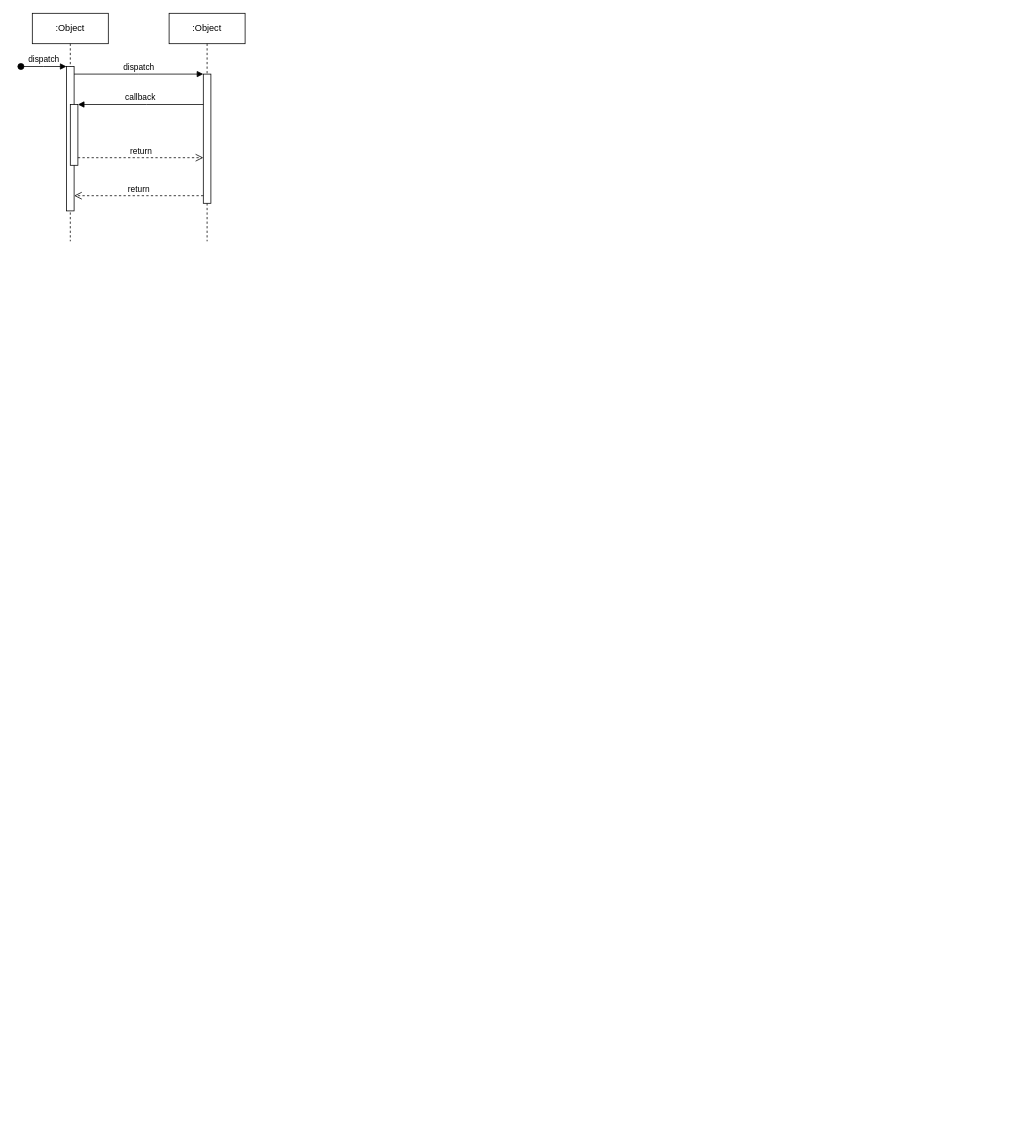
Before: Untitled Diagram.drawio in dp21g/diagrams, a draw.io diagram. Source tidied: cells renumbered, new cells numbered last; positions are measured from the earlier drawing's top-left corner, leaving out a move shared by most shapes. Both pictures are drawn from the tidied source at 76%, with x=0, y=0 at pixel (21, 13).
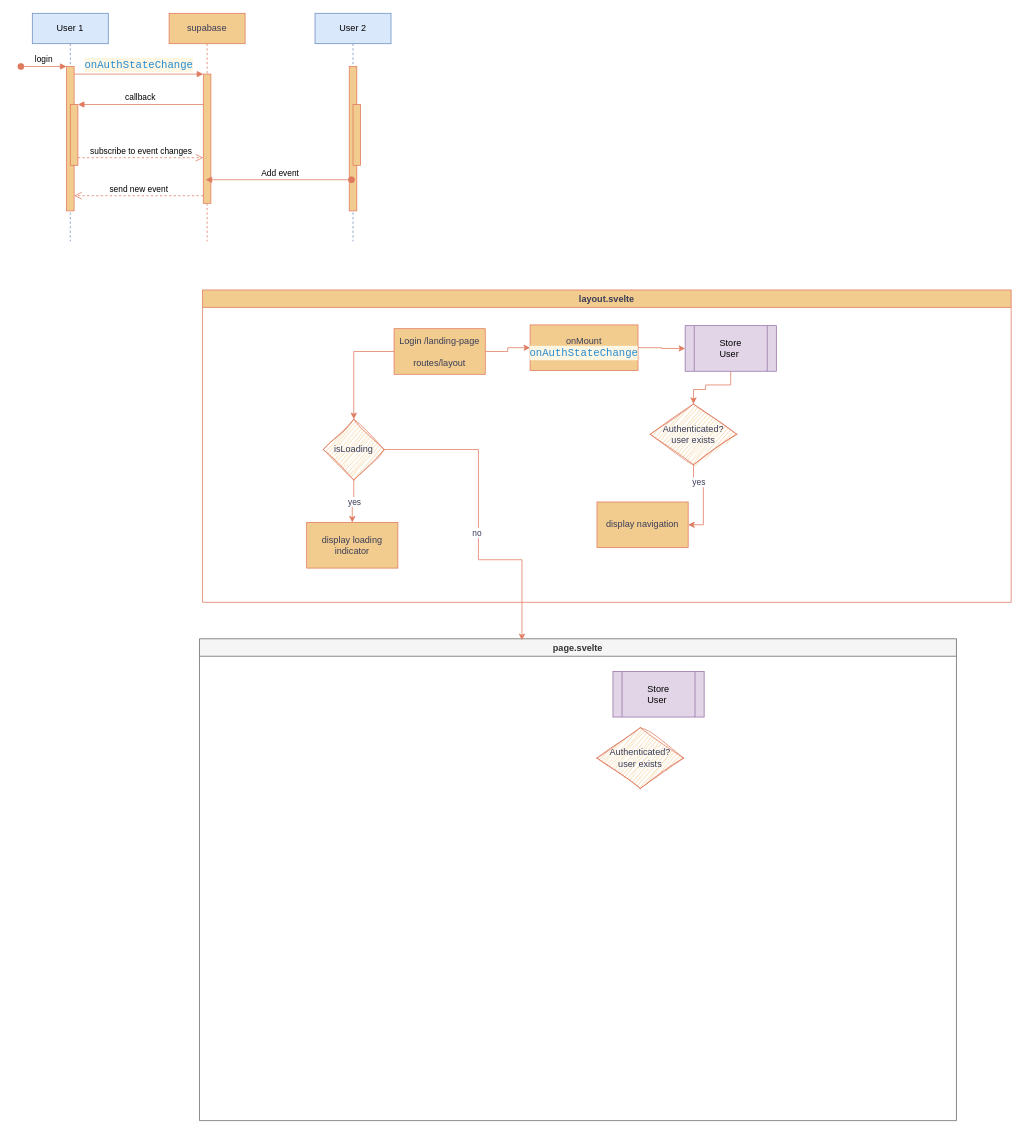
The same diagram, later.

Diff of the diagram source:
```diff
@@
-    <mxCell id="2" value=":Object" style="shape=umlLifeline;perimeter=lifelinePerimeter;whiteSpace=wrap;html=1;newEdgeStyle={&quot;edgeStyle&quot;:&quot;elbowEdgeStyle&quot;,&quot;elbow&quot;:&quot;vertical&quot;,&quot;curved&quot;:0,&quot;rounded&quot;:0};" parent="1" vertex="1">
+    <mxCell id="2" value="User 1" style="shape=umlLifeline;perimeter=lifelinePerimeter;whiteSpace=wrap;html=1;newEdgeStyle={&quot;edgeStyle&quot;:&quot;elbowEdgeStyle&quot;,&quot;elbow&quot;:&quot;vertical&quot;,&quot;curved&quot;:0,&quot;rounded&quot;:0};labelBackgroundColor=none;fillColor=#dae8fc;strokeColor=#6c8ebf;" parent="1" vertex="1">
       <mxGeometry x="15" width="100" height="300" as="geometry" />
     </mxCell>
-    <mxCell id="3" style="html=1;points=[];perimeter=orthogonalPerimeter;outlineConnect=0;targetShapes=umlLifeline;portConstraint=eastwest;newEdgeStyle={&quot;edgeStyle&quot;:&quot;elbowEdgeStyle&quot;,&quot;elbow&quot;:&quot;vertical&quot;,&quot;curved&quot;:0,&quot;rounded&quot;:0};" parent="2" vertex="1">
+    <mxCell id="3" style="html=1;points=[];perimeter=orthogonalPerimeter;outlineConnect=0;targetShapes=umlLifeline;portConstraint=eastwest;newEdgeStyle={&quot;edgeStyle&quot;:&quot;elbowEdgeStyle&quot;,&quot;elbow&quot;:&quot;vertical&quot;,&quot;curved&quot;:0,&quot;rounded&quot;:0};labelBackgroundColor=none;fillColor=#F2CC8F;strokeColor=#E07A5F;fontColor=#393C56;" parent="2" vertex="1">
       <mxGeometry x="45" y="70" width="10" height="190" as="geometry" />
     </mxCell>
-    <mxCell id="4" value="dispatch" style="html=1;verticalAlign=bottom;startArrow=oval;endArrow=block;startSize=8;edgeStyle=elbowEdgeStyle;elbow=vertical;curved=0;rounded=0;" parent="2" edge="1" target="3">
+    <mxCell id="4" value="login" style="html=1;verticalAlign=bottom;startArrow=oval;endArrow=block;startSize=8;edgeStyle=elbowEdgeStyle;elbow=vertical;curved=0;rounded=0;labelBackgroundColor=none;strokeColor=#E07A5F;fontColor=default;" parent="2" edge="1" target="3">
       <mxGeometry relative="1" as="geometry">
         <mxPoint x="-15" y="70" as="sourcePoint" />
       </mxGeometry>
     </mxCell>
-    <mxCell id="5" style="html=1;points=[];perimeter=orthogonalPerimeter;outlineConnect=0;targetShapes=umlLifeline;portConstraint=eastwest;newEdgeStyle={&quot;edgeStyle&quot;:&quot;elbowEdgeStyle&quot;,&quot;elbow&quot;:&quot;vertical&quot;,&quot;curved&quot;:0,&quot;rounded&quot;:0};" parent="2" vertex="1">
+    <mxCell id="5" style="html=1;points=[];perimeter=orthogonalPerimeter;outlineConnect=0;targetShapes=umlLifeline;portConstraint=eastwest;newEdgeStyle={&quot;edgeStyle&quot;:&quot;elbowEdgeStyle&quot;,&quot;elbow&quot;:&quot;vertical&quot;,&quot;curved&quot;:0,&quot;rounded&quot;:0};labelBackgroundColor=none;fillColor=#F2CC8F;strokeColor=#E07A5F;fontColor=#393C56;" parent="2" vertex="1">
       <mxGeometry x="50" y="120" width="10" height="80" as="geometry" />
     </mxCell>
-    <mxCell id="6" value=":Object" style="shape=umlLifeline;perimeter=lifelinePerimeter;whiteSpace=wrap;html=1;newEdgeStyle={&quot;edgeStyle&quot;:&quot;elbowEdgeStyle&quot;,&quot;elbow&quot;:&quot;vertical&quot;,&quot;curved&quot;:0,&quot;rounded&quot;:0};" parent="1" vertex="1">
+    <mxCell id="6" value="supabase" style="shape=umlLifeline;perimeter=lifelinePerimeter;whiteSpace=wrap;html=1;newEdgeStyle={&quot;edgeStyle&quot;:&quot;elbowEdgeStyle&quot;,&quot;elbow&quot;:&quot;vertical&quot;,&quot;curved&quot;:0,&quot;rounded&quot;:0};labelBackgroundColor=none;fillColor=#F2CC8F;strokeColor=#E07A5F;fontColor=#393C56;" parent="1" vertex="1">
       <mxGeometry x="195" width="100" height="300" as="geometry" />
     </mxCell>
-    <mxCell id="7" style="html=1;points=[];perimeter=orthogonalPerimeter;outlineConnect=0;targetShapes=umlLifeline;portConstraint=eastwest;newEdgeStyle={&quot;edgeStyle&quot;:&quot;elbowEdgeStyle&quot;,&quot;elbow&quot;:&quot;vertical&quot;,&quot;curved&quot;:0,&quot;rounded&quot;:0};" parent="6" vertex="1">
+    <mxCell id="7" style="html=1;points=[];perimeter=orthogonalPerimeter;outlineConnect=0;targetShapes=umlLifeline;portConstraint=eastwest;newEdgeStyle={&quot;edgeStyle&quot;:&quot;elbowEdgeStyle&quot;,&quot;elbow&quot;:&quot;vertical&quot;,&quot;curved&quot;:0,&quot;rounded&quot;:0};labelBackgroundColor=none;fillColor=#F2CC8F;strokeColor=#E07A5F;fontColor=#393C56;" parent="6" vertex="1">
       <mxGeometry x="45" y="80" width="10" height="170" as="geometry" />
     </mxCell>
-    <mxCell id="8" value="dispatch" style="html=1;verticalAlign=bottom;endArrow=block;edgeStyle=elbowEdgeStyle;elbow=vertical;curved=0;rounded=0;" parent="1" edge="1" source="3" target="7">
+    <mxCell id="8" value="&lt;div style=&quot;color: rgb(101, 123, 131); background-color: rgb(253, 246, 227); font-family: Consolas, &amp;quot;Courier New&amp;quot;, monospace; font-size: 14px; line-height: 19px; white-space-collapse: preserve;&quot;&gt;&lt;span style=&quot;color: #268bd2;&quot;&gt;onAuthStateChange&lt;/span&gt;&lt;/div&gt;" style="html=1;verticalAlign=bottom;endArrow=block;edgeStyle=elbowEdgeStyle;elbow=vertical;curved=0;rounded=0;labelBackgroundColor=none;strokeColor=#E07A5F;fontColor=default;" parent="1" edge="1" source="3" target="7">
       <mxGeometry relative="1" as="geometry">
         <Array as="points">
           <mxPoint x="155" y="80" />
         </Array>
       </mxGeometry>
     </mxCell>
-    <mxCell id="9" value="return" style="html=1;verticalAlign=bottom;endArrow=open;dashed=1;endSize=8;edgeStyle=elbowEdgeStyle;elbow=vertical;curved=0;rounded=0;" parent="1" edge="1" source="7" target="3">
+    <mxCell id="9" value="send new event" style="html=1;verticalAlign=bottom;endArrow=open;dashed=1;endSize=8;edgeStyle=elbowEdgeStyle;elbow=horizontal;curved=0;rounded=0;labelBackgroundColor=none;strokeColor=#E07A5F;fontColor=default;" parent="1" edge="1" source="7" target="3">
       <mxGeometry relative="1" as="geometry">
         <Array as="points">
           <mxPoint x="165" y="240" />
         </Array>
       </mxGeometry>
     </mxCell>
-    <mxCell id="10" value="callback" style="html=1;verticalAlign=bottom;endArrow=block;edgeStyle=elbowEdgeStyle;elbow=vertical;curved=0;rounded=0;" parent="1" edge="1" source="7" target="5">
+    <mxCell id="10" value="callback" style="html=1;verticalAlign=bottom;endArrow=block;edgeStyle=elbowEdgeStyle;elbow=vertical;curved=0;rounded=0;labelBackgroundColor=none;strokeColor=#E07A5F;fontColor=default;" parent="1" edge="1" source="7" target="5">
       <mxGeometry relative="1" as="geometry">
         <Array as="points">
           <mxPoint x="165" y="120" />
         </Array>
       </mxGeometry>
     </mxCell>
-    <mxCell id="11" value="return" style="html=1;verticalAlign=bottom;endArrow=open;dashed=1;endSize=8;edgeStyle=elbowEdgeStyle;elbow=vertical;curved=0;rounded=0;" parent="1" edge="1" source="5" target="7">
-      <mxGeometry relative="1" as="geometry">
+    <mxCell id="11" value="subscribe to event changes" style="html=1;verticalAlign=bottom;endArrow=open;dashed=1;endSize=8;edgeStyle=elbowEdgeStyle;elbow=vertical;curved=0;rounded=0;labelBackgroundColor=none;strokeColor=#E07A5F;fontColor=default;" parent="1" edge="1" source="5" target="7">
+      <mxGeometry x="0.01" relative="1" as="geometry">
         <Array as="points">
           <mxPoint x="155" y="190" />
         </Array>
       </mxGeometry>
     </mxCell>
+    <mxCell id="12" value="User 2" style="shape=umlLifeline;perimeter=lifelinePerimeter;whiteSpace=wrap;html=1;newEdgeStyle={&quot;edgeStyle&quot;:&quot;elbowEdgeStyle&quot;,&quot;elbow&quot;:&quot;vertical&quot;,&quot;curved&quot;:0,&quot;rounded&quot;:0};labelBackgroundColor=none;fillColor=#dae8fc;strokeColor=#6c8ebf;" parent="1" vertex="1">
+      <mxGeometry x="387" width="100" height="300" as="geometry" />
+    </mxCell>
+    <mxCell id="13" style="html=1;perimeter=orthogonalPerimeter;targetShapes=umlLifeline;newEdgeStyle={&quot;edgeStyle&quot;:&quot;elbowEdgeStyle&quot;,&quot;elbow&quot;:&quot;vertical&quot;,&quot;curved&quot;:0,&quot;rounded&quot;:0};labelBackgroundColor=none;fillColor=#F2CC8F;strokeColor=#E07A5F;fontColor=#393C56;" parent="12" vertex="1">
+      <mxGeometry x="45" y="70" width="10" height="190" as="geometry" />
+    </mxCell>
+    <mxCell id="14" style="html=1;perimeter=orthogonalPerimeter;targetShapes=umlLifeline;newEdgeStyle={&quot;edgeStyle&quot;:&quot;elbowEdgeStyle&quot;,&quot;elbow&quot;:&quot;vertical&quot;,&quot;curved&quot;:0,&quot;rounded&quot;:0};labelBackgroundColor=none;fillColor=#F2CC8F;strokeColor=#E07A5F;fontColor=#393C56;" parent="12" vertex="1">
+      <mxGeometry x="50" y="120" width="10" height="80" as="geometry" />
+    </mxCell>
+    <mxCell id="15" value="layout.svelte" style="swimlane;whiteSpace=wrap;html=1;strokeColor=#E07A5F;fontColor=#393C56;fillColor=#F2CC8F;" parent="1" vertex="1">
+      <mxGeometry x="239" y="364" width="1064" height="411" as="geometry" />
+    </mxCell>
+    <mxCell id="16" style="edgeStyle=orthogonalEdgeStyle;rounded=0;jettySize=auto;html=1;strokeColor=#E07A5F;fontColor=#393C56;fillColor=#F2CC8F;" parent="15" edge="1" source="18" target="26">
+      <mxGeometry relative="1" as="geometry" />
+    </mxCell>
+    <mxCell id="17" style="edgeStyle=orthogonalEdgeStyle;rounded=0;jettySize=auto;html=1;strokeColor=#E07A5F;fontColor=#393C56;fillColor=#F2CC8F;" parent="15" edge="1" source="18" target="29">
+      <mxGeometry relative="1" as="geometry" />
+    </mxCell>
+    <mxCell id="18" value="Login /landing-page&lt;div&gt;&lt;br&gt;&lt;div&gt;routes/layout&lt;/div&gt;&lt;/div&gt;" style="rounded=0;whiteSpace=wrap;html=1;strokeColor=#E07A5F;fontColor=#393C56;fillColor=#F2CC8F;" parent="15" vertex="1">
+      <mxGeometry x="252" y="51" width="120" height="60" as="geometry" />
+    </mxCell>
+    <mxCell id="19" value="display navigation" style="rounded=0;whiteSpace=wrap;html=1;strokeColor=#E07A5F;fontColor=#393C56;fillColor=#F2CC8F;glass=0;shadow=0;" parent="15" vertex="1">
+      <mxGeometry x="519" y="279" width="120" height="60" as="geometry" />
+    </mxCell>
+    <mxCell id="20" style="edgeStyle=orthogonalEdgeStyle;rounded=0;jettySize=auto;html=1;entryX=1;entryY=0.5;entryDx=0;entryDy=0;strokeColor=#E07A5F;fontColor=#393C56;fillColor=#F2CC8F;" parent="15" edge="1" source="22" target="19">
+      <mxGeometry relative="1" as="geometry" />
+    </mxCell>
+    <mxCell id="21" value="yes" style="edgeLabel;html=1;align=center;verticalAlign=middle;strokeColor=#E07A5F;fontColor=#393C56;fillColor=#F2CC8F;" parent="20" vertex="1">
+      <mxGeometry x="-0.45" y="2" relative="1" as="geometry" />
+    </mxCell>
+    <mxCell id="22" value="Authenticated?&lt;div&gt;user exists&lt;/div&gt;" style="rhombus;whiteSpace=wrap;html=1;strokeColor=#E07A5F;fontColor=#393C56;fillColor=#F2CC8F;rounded=0;shadow=0;sketch=1;curveFitting=1;jiggle=2;" parent="15" vertex="1">
+      <mxGeometry x="589" y="150" width="114" height="80" as="geometry" />
+    </mxCell>
+    <mxCell id="23" style="edgeStyle=orthogonalEdgeStyle;rounded=0;jettySize=auto;html=1;entryX=0.5;entryY=0;entryDx=0;entryDy=0;strokeColor=#E07A5F;fontColor=#393C56;fillColor=#F2CC8F;" parent="15" edge="1" source="24" target="22">
+      <mxGeometry relative="1" as="geometry">
+        <Array as="points">
+          <mxPoint x="695" y="125" />
+          <mxPoint x="662" y="125" />
+          <mxPoint x="662" y="131" />
+          <mxPoint x="646" y="131" />
+        </Array>
+      </mxGeometry>
+    </mxCell>
+    <mxCell id="24" value="Store&lt;div&gt;User&amp;nbsp;&lt;/div&gt;" style="shape=process;whiteSpace=wrap;html=1;backgroundOutline=1;fillColor=#e1d5e7;strokeColor=#9673a6;rounded=0;" parent="15" vertex="1">
+      <mxGeometry x="635" y="47" width="120" height="60" as="geometry" />
+    </mxCell>
+    <mxCell id="25" style="edgeStyle=orthogonalEdgeStyle;rounded=0;jettySize=auto;html=1;strokeColor=#E07A5F;fontColor=#393C56;fillColor=#F2CC8F;" parent="15" edge="1" source="26" target="24">
+      <mxGeometry relative="1" as="geometry" />
+    </mxCell>
+    <mxCell id="26" value="onMount&lt;div&gt;&lt;div style=&quot;color: rgb(101, 123, 131); background-color: rgb(253, 246, 227); font-family: Consolas, &amp;quot;Courier New&amp;quot;, monospace; font-size: 14px; line-height: 19px; white-space: pre;&quot;&gt;&lt;span style=&quot;color: #268bd2;&quot;&gt;onAuthStateChange&lt;/span&gt;&lt;/div&gt;&lt;/div&gt;" style="rounded=0;whiteSpace=wrap;html=1;fillColor=#F2CC8F;strokeColor=#E07A5F;fontColor=#393C56;" parent="15" vertex="1">
+      <mxGeometry x="431" y="46" width="142" height="60" as="geometry" />
+    </mxCell>
+    <mxCell id="27" style="edgeStyle=orthogonalEdgeStyle;rounded=0;jettySize=auto;html=1;strokeColor=#E07A5F;fontColor=#393C56;fillColor=#F2CC8F;" parent="15" edge="1" source="29" target="30">
+      <mxGeometry relative="1" as="geometry" />
+    </mxCell>
+    <mxCell id="28" value="yes" style="edgeLabel;html=1;align=center;verticalAlign=middle;strokeColor=#E07A5F;fontColor=#393C56;fillColor=#F2CC8F;" parent="27" vertex="1">
+      <mxGeometry x="-0.03" relative="1" as="geometry" />
+    </mxCell>
+    <mxCell id="29" value="isLoading" style="rhombus;whiteSpace=wrap;html=1;fillColor=#F2CC8F;strokeColor=#E07A5F;fontColor=#393C56;rounded=0;sketch=1;curveFitting=1;jiggle=2;" parent="15" vertex="1">
+      <mxGeometry x="159" y="170" width="80" height="80" as="geometry" />
+    </mxCell>
+    <mxCell id="30" value="display loading indicator" style="whiteSpace=wrap;html=1;fillColor=#F2CC8F;strokeColor=#E07A5F;fontColor=#393C56;rounded=0;" parent="15" vertex="1">
+      <mxGeometry x="137" y="306" width="120" height="60" as="geometry" />
+    </mxCell>
+    <mxCell id="31" value="Add event" style="html=1;verticalAlign=bottom;startArrow=oval;endArrow=block;startSize=8;edgeStyle=elbowEdgeStyle;elbow=vertical;curved=0;rounded=0;labelBackgroundColor=none;strokeColor=#E07A5F;fontColor=default;" parent="1" edge="1">
+      <mxGeometry x="-0.01" relative="1" as="geometry">
+        <mxPoint x="435" y="219" as="sourcePoint" />
+        <mxPoint x="243" y="219" as="targetPoint" />
+        <mxPoint x="1" as="offset" />
+      </mxGeometry>
+    </mxCell>
+    <mxCell id="32" value="page.svelte" style="swimlane;whiteSpace=wrap;html=1;strokeColor=#666666;fontColor=#333333;fillColor=#f5f5f5;" parent="1" vertex="1">
+      <mxGeometry x="235" y="823" width="996" height="634" as="geometry" />
+    </mxCell>
+    <mxCell id="33" value="Store&lt;div&gt;User&amp;nbsp;&lt;/div&gt;" style="shape=process;whiteSpace=wrap;html=1;backgroundOutline=1;fillColor=#e1d5e7;strokeColor=#9673a6;rounded=0;" parent="32" vertex="1">
+      <mxGeometry x="544" y="43" width="120" height="60" as="geometry" />
+    </mxCell>
+    <mxCell id="34" value="Authenticated?&lt;div&gt;user exists&lt;/div&gt;" style="rhombus;whiteSpace=wrap;html=1;strokeColor=#E07A5F;fontColor=#393C56;fillColor=#F2CC8F;rounded=0;shadow=0;sketch=1;curveFitting=1;jiggle=2;" parent="32" vertex="1">
+      <mxGeometry x="523" y="117" width="114" height="80" as="geometry" />
+    </mxCell>
+    <mxCell id="35" style="edgeStyle=orthogonalEdgeStyle;rounded=0;jettySize=auto;html=1;entryX=0.426;entryY=0.003;entryDx=0;entryDy=0;entryPerimeter=0;strokeColor=#E07A5F;fontColor=#393C56;fillColor=#F2CC8F;" parent="1" edge="1" source="29" target="32">
+      <mxGeometry relative="1" as="geometry">
+        <Array as="points">
+          <mxPoint x="602" y="574" />
+          <mxPoint x="602" y="719" />
+          <mxPoint x="659" y="719" />
+        </Array>
+      </mxGeometry>
+    </mxCell>
+    <mxCell id="36" value="no" style="edgeLabel;html=1;align=center;verticalAlign=middle;strokeColor=#E07A5F;fontColor=#393C56;fillColor=#F2CC8F;" parent="35" vertex="1">
+      <mxGeometry x="0.08" y="-3" relative="1" as="geometry" />
+    </mxCell>
```
